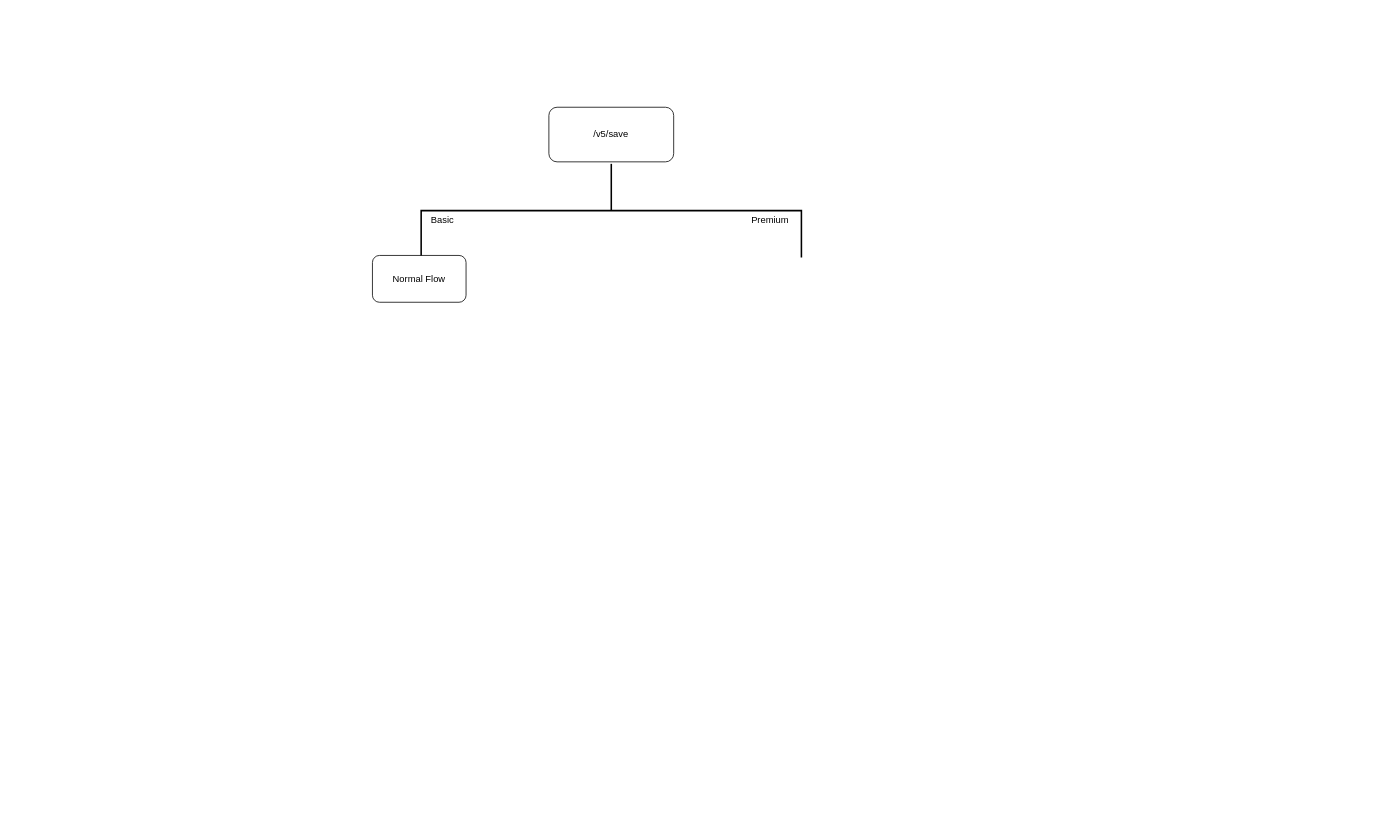
Dev280899/System-Designs keeps this draw.io diagram as Job post flow.drawio. Above is the earlier version. Source tidied: cells renumbered, new cells numbered last; positions are measured from the earlier drawing's top-left corner, leaving out a move shared by most shapes. Both pictures are drawn from the tidied source at 78%, with x=0, y=0 at pixel (372, 20).
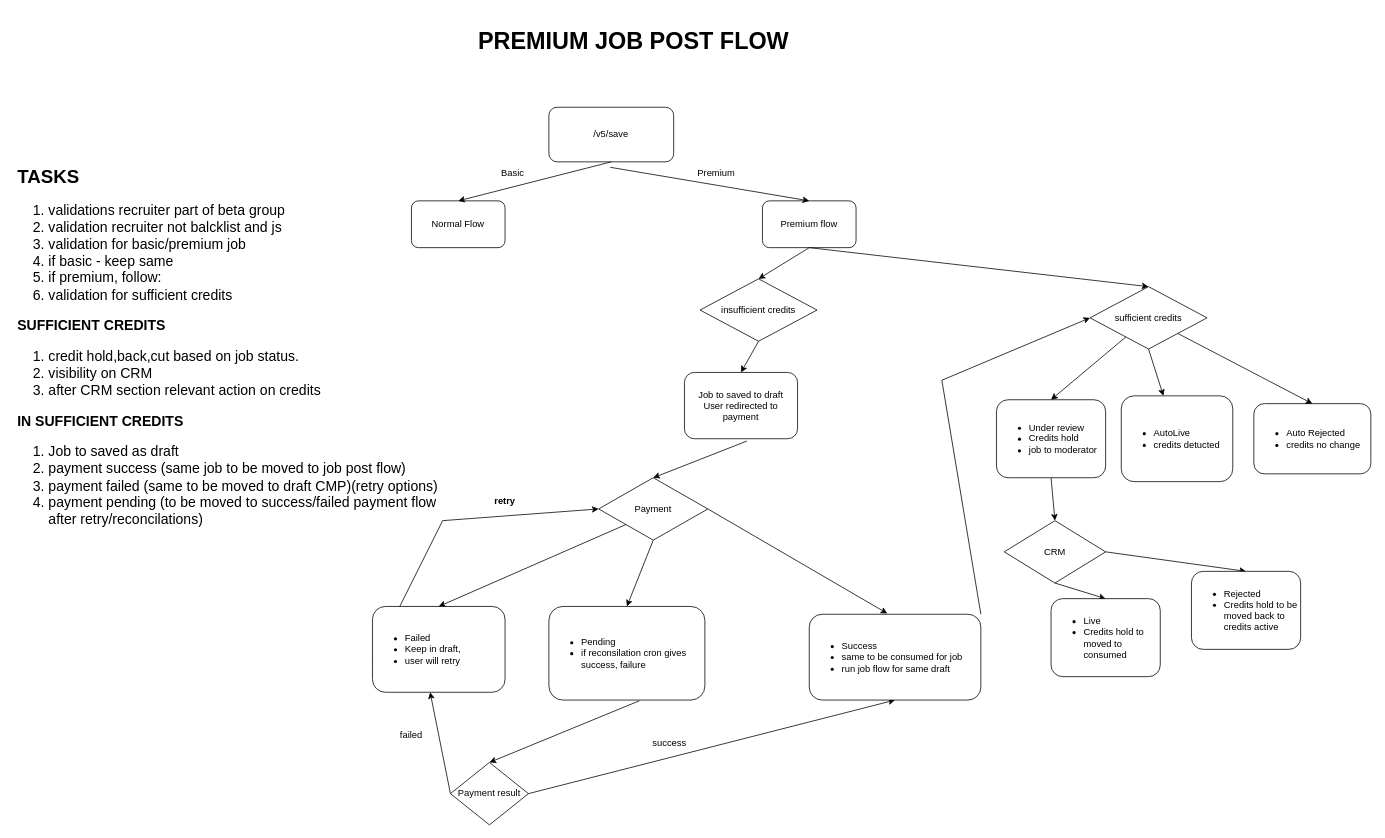
After the change.

Unchanged cells that the change refers to:
```xml
<mxCell id="2" value="/v5/save" style="rounded=1;whiteSpace=wrap;html=1;" parent="1" vertex="1">
  <mxGeometry x="226.2" y="111" width="160" height="70" as="geometry" />
</mxCell>
```

Diff of the diagram source:
```diff
@@
-    <mxCell id="3" style="strokeWidth=2;html=1;shape=mxgraph.flowchart.annotation_2;align=left;labelPosition=right;rotation=90;" parent="1" vertex="1">
-      <mxGeometry x="246.2" y="-0.2" width="120" height="487.5" as="geometry" />
-    </mxCell>
     <mxCell id="4" value="Basic" style="text;html=1;strokeColor=none;fillColor=none;align=center;verticalAlign=middle;whiteSpace=wrap;rounded=0;" parent="1" vertex="1">
-      <mxGeometry x="60" y="241" width="60" height="30" as="geometry" />
+      <mxGeometry x="150" y="181" width="60" height="30" as="geometry" />
     </mxCell>
     <mxCell id="5" value="Premium" style="text;html=1;strokeColor=none;fillColor=none;align=center;verticalAlign=middle;whiteSpace=wrap;rounded=0;" parent="1" vertex="1">
-      <mxGeometry x="480" y="241" width="60" height="30" as="geometry" />
+      <mxGeometry x="411.2" y="181" width="60" height="30" as="geometry" />
     </mxCell>
     <mxCell id="6" value="Normal Flow" style="rounded=1;whiteSpace=wrap;html=1;" parent="1" vertex="1">
-      <mxGeometry y="301" width="120" height="60" as="geometry" />
+      <mxGeometry x="50" y="231" width="120" height="60" as="geometry" />
     </mxCell>
+    <mxCell id="7" value="Premium flow" style="rounded=1;whiteSpace=wrap;html=1;" parent="1" vertex="1">
+      <mxGeometry x="500" y="231" width="120" height="60" as="geometry" />
+    </mxCell>
+    <mxCell id="8" value="&lt;ul&gt;&lt;li&gt;Under review&lt;/li&gt;&lt;li&gt;Credits hold&lt;/li&gt;&lt;li&gt;job to moderator&lt;/li&gt;&lt;/ul&gt;" style="rounded=1;whiteSpace=wrap;html=1;align=left;" parent="1" vertex="1">
+      <mxGeometry x="800" y="486" width="140" height="100" as="geometry" />
+    </mxCell>
+    <mxCell id="9" value="sufficient credits" style="rhombus;whiteSpace=wrap;html=1;" parent="1" vertex="1">
+      <mxGeometry x="920" y="341" width="150" height="80" as="geometry" />
+    </mxCell>
+    <mxCell id="10" style="endArrow=classic;html=1;rounded=0;exitX=0.5;exitY=1;exitDx=0;exitDy=0;entryX=0.5;entryY=0;entryDx=0;entryDy=0;" parent="1" edge="1" source="2" target="6">
+      <mxGeometry relative="1" as="geometry" />
+    </mxCell>
+    <mxCell id="11" style="endArrow=classic;html=1;rounded=0;exitX=0.492;exitY=1.1;exitDx=0;exitDy=0;exitPerimeter=0;entryX=0.5;entryY=0;entryDx=0;entryDy=0;" parent="1" edge="1" source="2" target="7">
+      <mxGeometry relative="1" as="geometry" />
+    </mxCell>
+    <mxCell id="12" value="insufficient credits" style="rhombus;whiteSpace=wrap;html=1;" parent="1" vertex="1">
+      <mxGeometry x="420" y="331" width="150" height="80" as="geometry" />
+    </mxCell>
+    <mxCell id="13" style="endArrow=classic;html=1;rounded=0;entryX=0.5;entryY=0;entryDx=0;entryDy=0;exitX=0.5;exitY=1;exitDx=0;exitDy=0;" parent="1" edge="1" source="7" target="12">
+      <mxGeometry relative="1" as="geometry" />
+    </mxCell>
+    <mxCell id="14" style="endArrow=classic;html=1;rounded=0;entryX=0.5;entryY=0;entryDx=0;entryDy=0;exitX=0.5;exitY=1;exitDx=0;exitDy=0;" parent="1" edge="1" source="7" target="9">
+      <mxGeometry relative="1" as="geometry" />
+    </mxCell>
+    <mxCell id="15" value="&lt;ul&gt;&lt;li&gt;AutoLive&lt;/li&gt;&lt;li&gt;credits detucted&lt;/li&gt;&lt;/ul&gt;" style="rounded=1;whiteSpace=wrap;html=1;align=left;" parent="1" vertex="1">
+      <mxGeometry x="960" y="481" width="143" height="110" as="geometry" />
+    </mxCell>
+    <mxCell id="16" value="&lt;ul&gt;&lt;li&gt;Auto Rejected&lt;/li&gt;&lt;li&gt;credits no change&lt;/li&gt;&lt;/ul&gt;" style="rounded=1;whiteSpace=wrap;html=1;align=left;" parent="1" vertex="1">
+      <mxGeometry x="1130" y="491" width="150" height="90" as="geometry" />
+    </mxCell>
+    <mxCell id="17" style="endArrow=classic;html=1;rounded=0;exitX=0.552;exitY=1.035;exitDx=0;exitDy=0;exitPerimeter=0;entryX=0.5;entryY=0;entryDx=0;entryDy=0;" parent="1" edge="1" source="28" target="29">
+      <mxGeometry relative="1" as="geometry" />
+    </mxCell>
+    <mxCell id="18" style="endArrow=classic;html=1;rounded=0;entryX=0.5;entryY=0;entryDx=0;entryDy=0;exitX=0.5;exitY=1;exitDx=0;exitDy=0;" parent="1" edge="1" source="12" target="28">
+      <mxGeometry relative="1" as="geometry" />
+    </mxCell>
+    <mxCell id="19" style="endArrow=classic;html=1;rounded=0;entryX=0.5;entryY=0;entryDx=0;entryDy=0;exitX=1;exitY=0.5;exitDx=0;exitDy=0;" parent="1" edge="1" source="25" target="27">
+      <mxGeometry relative="1" as="geometry" />
+    </mxCell>
+    <mxCell id="20" style="endArrow=classic;html=1;rounded=0;entryX=0.5;entryY=0;entryDx=0;entryDy=0;exitX=0.5;exitY=1;exitDx=0;exitDy=0;" parent="1" edge="1" source="25" target="26">
+      <mxGeometry relative="1" as="geometry" />
+    </mxCell>
+    <mxCell id="21" style="endArrow=classic;html=1;rounded=0;entryX=0.5;entryY=0;entryDx=0;entryDy=0;exitX=0.5;exitY=1;exitDx=0;exitDy=0;" parent="1" edge="1" source="8" target="25">
+      <mxGeometry relative="1" as="geometry" />
+    </mxCell>
+    <mxCell id="22" style="endArrow=classic;html=1;rounded=0;entryX=0.5;entryY=0;entryDx=0;entryDy=0;exitX=1;exitY=1;exitDx=0;exitDy=0;" parent="1" edge="1" source="9" target="16">
+      <mxGeometry relative="1" as="geometry" />
+    </mxCell>
+    <mxCell id="23" style="endArrow=classic;html=1;rounded=0;exitX=0.5;exitY=1;exitDx=0;exitDy=0;" parent="1" edge="1" source="9" target="15">
+      <mxGeometry relative="1" as="geometry" />
+    </mxCell>
+    <mxCell id="24" style="endArrow=classic;html=1;rounded=0;entryX=0.5;entryY=0;entryDx=0;entryDy=0;" parent="1" edge="1" source="9" target="8">
+      <mxGeometry relative="1" as="geometry" />
+    </mxCell>
+    <mxCell id="25" value="CRM" style="rhombus;whiteSpace=wrap;html=1;" parent="1" vertex="1">
+      <mxGeometry x="810" y="641" width="130" height="80" as="geometry" />
+    </mxCell>
+    <mxCell id="26" value="&lt;ul&gt;&lt;li&gt;Live&lt;/li&gt;&lt;li&gt;Credits hold to moved to consumed&lt;/li&gt;&lt;/ul&gt;" style="rounded=1;whiteSpace=wrap;html=1;align=left;" parent="1" vertex="1">
+      <mxGeometry x="870" y="741" width="140" height="100" as="geometry" />
+    </mxCell>
+    <mxCell id="27" value="&lt;ul&gt;&lt;li&gt;Rejected&lt;/li&gt;&lt;li&gt;Credits hold to be moved back to credits active&lt;/li&gt;&lt;/ul&gt;" style="rounded=1;whiteSpace=wrap;html=1;align=left;" parent="1" vertex="1">
+      <mxGeometry x="1050" y="706" width="140" height="100" as="geometry" />
+    </mxCell>
+    <mxCell id="28" value="Job to saved to draft&lt;br&gt;User redirected to payment" style="rounded=1;whiteSpace=wrap;html=1;" parent="1" vertex="1">
+      <mxGeometry x="400" y="451" width="145" height="85" as="geometry" />
+    </mxCell>
+    <mxCell id="29" value="Payment" style="rhombus;whiteSpace=wrap;html=1;" parent="1" vertex="1">
+      <mxGeometry x="290" y="586" width="140" height="80" as="geometry" />
+    </mxCell>
+    <mxCell id="30" style="endArrow=classic;html=1;rounded=0;entryX=0.435;entryY=1;entryDx=0;entryDy=0;entryPerimeter=0;exitX=0;exitY=0.5;exitDx=0;exitDy=0;" parent="1" edge="1" source="42" target="38">
+      <mxGeometry relative="1" as="geometry" />
+    </mxCell>
+    <mxCell id="31" style="endArrow=classic;html=1;rounded=0;exitX=1;exitY=0.5;exitDx=0;exitDy=0;entryX=0.5;entryY=1;entryDx=0;entryDy=0;" parent="1" edge="1" source="42" target="40">
+      <mxGeometry relative="1" as="geometry" />
+    </mxCell>
+    <mxCell id="32" style="endArrow=classic;html=1;rounded=0;entryX=0.5;entryY=0;entryDx=0;entryDy=0;exitX=0.58;exitY=1.008;exitDx=0;exitDy=0;exitPerimeter=0;" parent="1" edge="1" source="39" target="42">
+      <mxGeometry relative="1" as="geometry" />
+    </mxCell>
+    <mxCell id="33" style="endArrow=classic;html=1;rounded=0;entryX=0;entryY=0.5;entryDx=0;entryDy=0;exitX=1;exitY=0;exitDx=0;exitDy=0;" parent="1" edge="1" source="40" target="9">
+      <mxGeometry relative="1" as="geometry">
+        <Array as="points">
+          <mxPoint x="730" y="461" />
+        </Array>
+      </mxGeometry>
+    </mxCell>
+    <mxCell id="34" style="endArrow=classic;html=1;rounded=0;entryX=0.455;entryY=-0.009;entryDx=0;entryDy=0;entryPerimeter=0;exitX=1;exitY=0.5;exitDx=0;exitDy=0;" parent="1" edge="1" source="29" target="40">
+      <mxGeometry relative="1" as="geometry" />
+    </mxCell>
+    <mxCell id="35" style="endArrow=classic;html=1;rounded=0;entryX=0.5;entryY=0;entryDx=0;entryDy=0;exitX=0.5;exitY=1;exitDx=0;exitDy=0;" parent="1" edge="1" source="29" target="39">
+      <mxGeometry relative="1" as="geometry" />
+    </mxCell>
+    <mxCell id="36" style="endArrow=classic;html=1;rounded=0;exitX=0.006;exitY=0.618;exitDx=0;exitDy=0;exitPerimeter=0;entryX=0;entryY=0.5;entryDx=0;entryDy=0;" parent="1" edge="1" source="38" target="29">
+      <mxGeometry relative="1" as="geometry">
+        <Array as="points">
+          <mxPoint x="90" y="641" />
+        </Array>
+      </mxGeometry>
+    </mxCell>
+    <mxCell id="37" style="endArrow=classic;html=1;rounded=0;entryX=0.5;entryY=0;entryDx=0;entryDy=0;exitX=0;exitY=1;exitDx=0;exitDy=0;" parent="1" edge="1" source="29" target="38">
+      <mxGeometry relative="1" as="geometry" />
+    </mxCell>
+    <mxCell id="38" value="&lt;ul&gt;&lt;li&gt;Failed&lt;/li&gt;&lt;li&gt;Keep in draft,&lt;/li&gt;&lt;li&gt;user will retry&lt;/li&gt;&lt;/ul&gt;" style="rounded=1;whiteSpace=wrap;html=1;align=left;" parent="1" vertex="1">
+      <mxGeometry y="751" width="170" height="110" as="geometry" />
+    </mxCell>
+    <mxCell id="39" value="&lt;ul&gt;&lt;li&gt;Pending&lt;/li&gt;&lt;li&gt;if reconsilation cron gives success, failure&lt;/li&gt;&lt;/ul&gt;" style="rounded=1;whiteSpace=wrap;html=1;align=left;" parent="1" vertex="1">
+      <mxGeometry x="226.2" y="751" width="200" height="120" as="geometry" />
+    </mxCell>
+    <mxCell id="40" value="&lt;ul&gt;&lt;li&gt;Success&lt;/li&gt;&lt;li&gt;same to be consumed for job&lt;/li&gt;&lt;li&gt;run job flow for same draft&lt;/li&gt;&lt;/ul&gt;" style="rounded=1;whiteSpace=wrap;html=1;align=left;" parent="1" vertex="1">
+      <mxGeometry x="560" y="761" width="220" height="110" as="geometry" />
+    </mxCell>
+    <mxCell id="41" value="retry" style="text;html=1;strokeColor=none;fillColor=none;align=center;verticalAlign=middle;whiteSpace=wrap;rounded=0;fontStyle=1;" parent="1" vertex="1">
+      <mxGeometry x="140" y="601" width="60" height="30" as="geometry" />
+    </mxCell>
+    <mxCell id="42" value="Payment result" style="rhombus;whiteSpace=wrap;html=1;" parent="1" vertex="1">
+      <mxGeometry x="100" y="951" width="100" height="80" as="geometry" />
+    </mxCell>
+    <mxCell id="43" value="success&lt;br&gt;" style="text;html=1;strokeColor=none;fillColor=none;align=center;verticalAlign=middle;whiteSpace=wrap;rounded=0;" parent="1" vertex="1">
+      <mxGeometry x="351.2" y="911" width="60" height="30" as="geometry" />
+    </mxCell>
+    <mxCell id="44" value="failed" style="text;html=1;strokeColor=none;fillColor=none;align=center;verticalAlign=middle;whiteSpace=wrap;rounded=0;" parent="1" vertex="1">
+      <mxGeometry x="20" y="901" width="60" height="30" as="geometry" />
+    </mxCell>
+    <mxCell id="45" value="&lt;b&gt;&lt;font style=&quot;font-size: 30px;&quot;&gt;PREMIUM JOB POST FLOW&lt;/font&gt;&lt;/b&gt;" style="text;html=1;strokeColor=none;fillColor=none;align=center;verticalAlign=middle;whiteSpace=wrap;rounded=0;" parent="1" vertex="1">
+      <mxGeometry x="110" y="-9" width="450" height="70" as="geometry" />
+    </mxCell>
+    <mxCell id="46" value="&lt;h1&gt;TASKS&lt;/h1&gt;&lt;div style=&quot;&quot;&gt;&lt;ol style=&quot;font-size: 18px;&quot;&gt;&lt;li&gt;validations recruiter part of beta group&lt;/li&gt;&lt;li&gt;validation recruiter not balcklist and js&lt;/li&gt;&lt;li&gt;validation for basic/premium job&lt;/li&gt;&lt;li&gt;if basic - keep same&lt;/li&gt;&lt;li&gt;if premium, follow:&lt;br&gt;&lt;/li&gt;&lt;li&gt;validation for sufficient credits&lt;/li&gt;&lt;/ol&gt;&lt;span style=&quot;font-size: 18px;&quot;&gt;&lt;b&gt;SUFFICIENT CREDITS&lt;/b&gt;&lt;/span&gt;&lt;/div&gt;&lt;div style=&quot;&quot;&gt;&lt;ol style=&quot;font-size: 18px;&quot;&gt;&lt;li&gt;credit hold,back,cut based on job status.&lt;/li&gt;&lt;li&gt;visibility on CRM&lt;/li&gt;&lt;li&gt;after CRM section relevant action on credits&lt;/li&gt;&lt;/ol&gt;&lt;div style=&quot;border-color: var(--border-color);&quot;&gt;&lt;b style=&quot;border-color: var(--border-color);&quot;&gt;&lt;font style=&quot;font-size: 18px;&quot;&gt;IN SUFFICIENT CREDITS&lt;/font&gt;&lt;/b&gt;&lt;/div&gt;&lt;div style=&quot;border-color: var(--border-color);&quot;&gt;&lt;ol style=&quot;border-color: var(--border-color); font-size: 18px;&quot;&gt;&lt;li style=&quot;border-color: var(--border-color);&quot;&gt;Job to saved as draft&lt;/li&gt;&lt;li style=&quot;border-color: var(--border-color);&quot;&gt;payment success (same job to be moved to job post flow)&lt;/li&gt;&lt;li style=&quot;border-color: var(--border-color);&quot;&gt;payment failed (same to be moved to draft CMP)(retry options)&lt;/li&gt;&lt;li style=&quot;border-color: var(--border-color);&quot;&gt;payment pending (to be moved to success/failed payment flow after retry/reconcilations)&lt;/li&gt;&lt;/ol&gt;&lt;span style=&quot;border-color: var(--border-color); font-size: 18px;&quot;&gt;&lt;br style=&quot;border-color: var(--border-color);&quot;&gt;&lt;/span&gt;&lt;/div&gt;&lt;/div&gt;" style="text;html=1;strokeColor=none;fillColor=none;spacing=5;spacingTop=-20;whiteSpace=wrap;overflow=hidden;rounded=0;" parent="1" vertex="1">
+      <mxGeometry x="-460" y="181" width="560" height="480" as="geometry" />
+    </mxCell>
```
